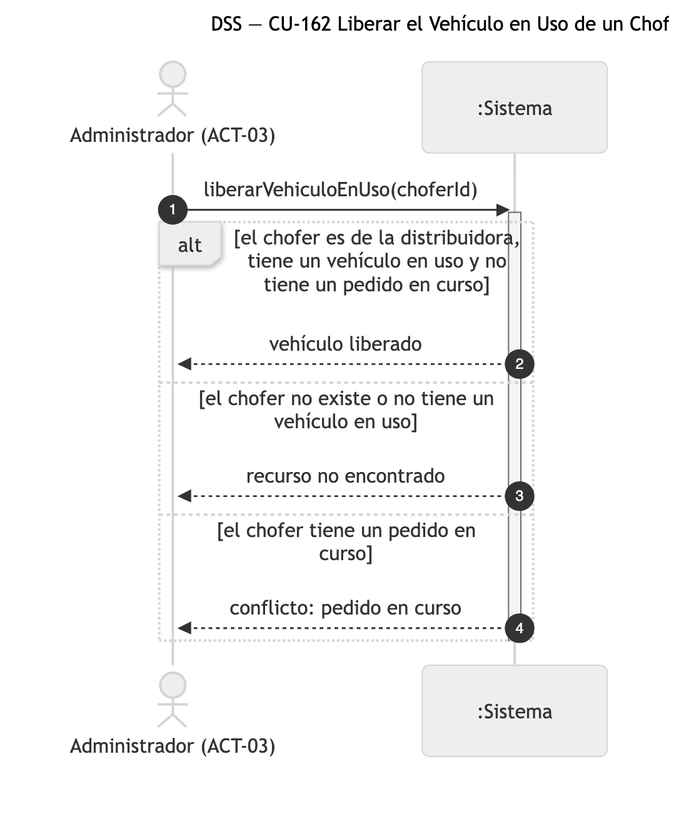
Earlier version of the Mermaid export diagramas/png/DSS_CU-162_Liberar-el-Vehiculo-en-Uso-de-un-Chofer.png (Nahuelito-Dev/splg-docs). Its source is kept beside it as diagramas/DSS_CU-162_Liberar-el-Vehiculo-en-Uso-de-un-Chofer.mmd.
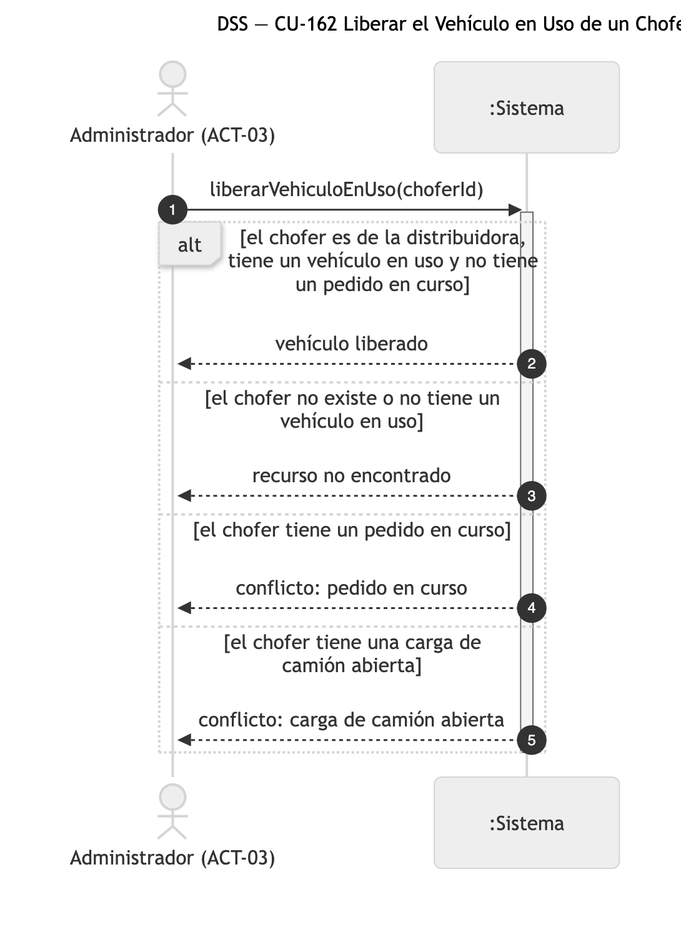
The same diagram one commit later.

Diff of the diagram source:
```diff
@@ -12,5 +12,7 @@
         SIS-->>ADM: recurso no encontrado
     else el chofer tiene un pedido en curso
         SIS-->>ADM: conflicto: pedido en curso
+    else el chofer tiene una carga de camión abierta
+        SIS-->>ADM: conflicto: carga de camión abierta
     end
     deactivate SIS
```
